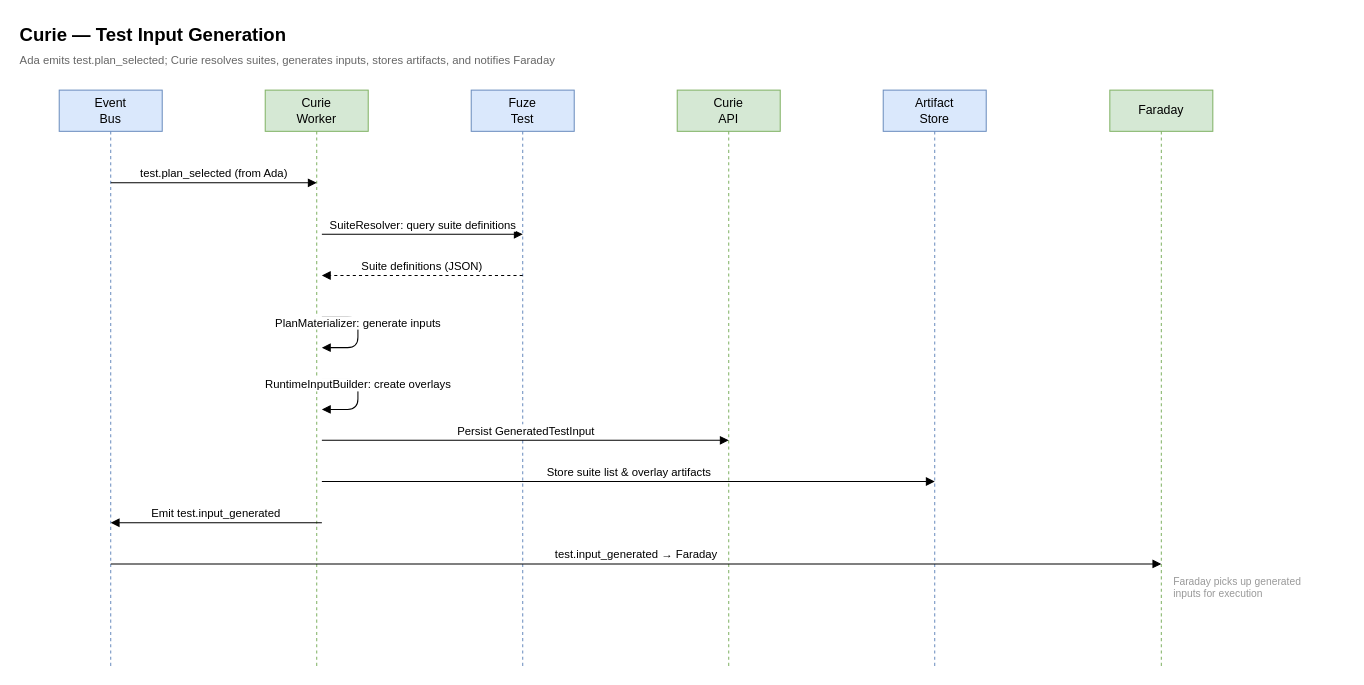
Above: page "Test Input Generation" (1 of 2) of docs/diagrams/workforce/CURIE_SEQUENCE.drawio in jmac-cornelis/agent-workforce (draw.io), before the change. Source tidied: cells renumbered, new cells numbered last; positions are measured from the earlier drawing's top-left corner, leaving out a move shared by most shapes. Both pictures are drawn from the tidied source at 103%, with x=0, y=0 at pixel (18, 18).
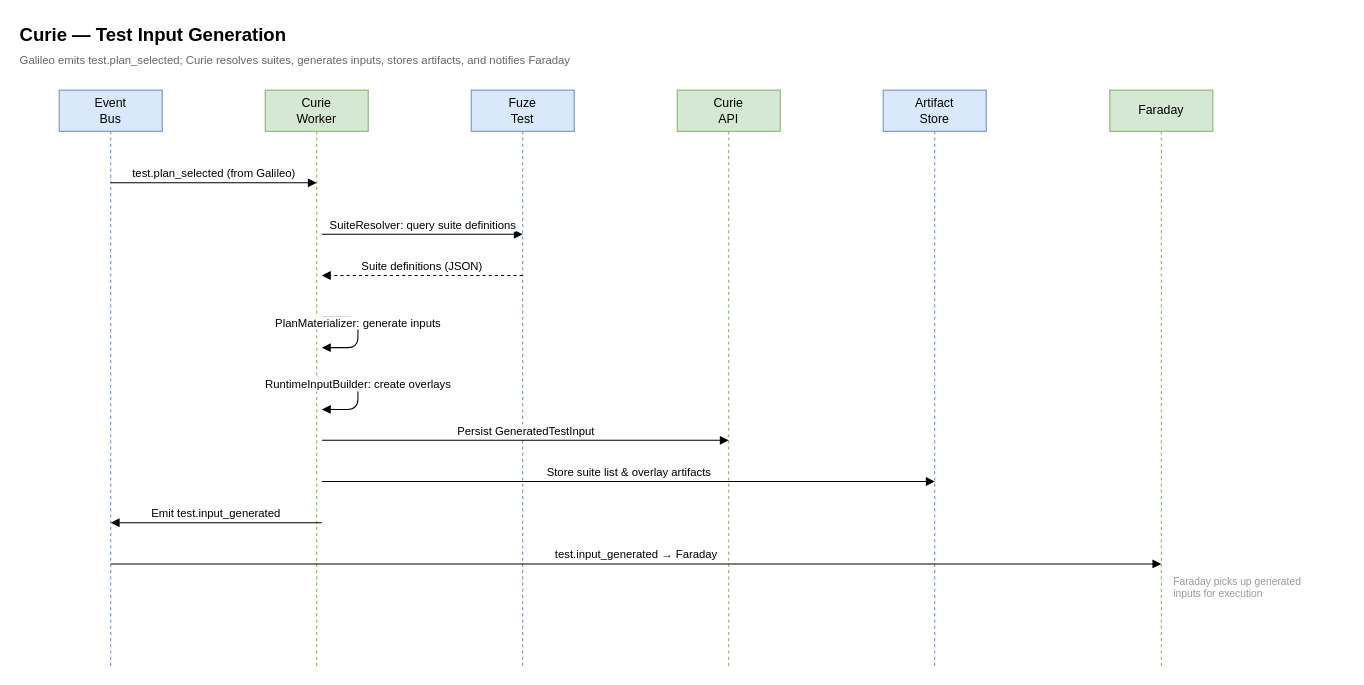
Above is the later version.

Diff of the diagram source:
```diff
@@
-    <mxCell id="3" value="Ada emits test.plan_selected; Curie resolves suites, generates inputs, stores artifacts, and notifies Faraday" style="text;html=1;fontSize=11;fontColor=#666666;align=left;" parent="1" vertex="1">
+    <mxCell id="3" value="Galileo emits test.plan_selected; Curie resolves suites, generates inputs, stores artifacts, and notifies Faraday" style="text;html=1;fontSize=11;fontColor=#666666;align=left;" parent="1" vertex="1">
       <mxGeometry y="28" width="700" height="20" as="geometry" />
     </mxCell>
@@
-    <mxCell id="10" value="test.plan_selected (from Ada)" style="html=1;verticalAlign=bottom;endArrow=block;" parent="1" edge="1">
+    <mxCell id="10" value="test.plan_selected (from Galileo)" style="html=1;verticalAlign=bottom;endArrow=block;" parent="1" edge="1">
       <mxGeometry relative="1" as="geometry">
         <mxPoint x="90" y="160" as="sourcePoint" />
         <mxPoint x="290" y="160" as="targetPoint" />
       </mxGeometry>
     </mxCell>
```
